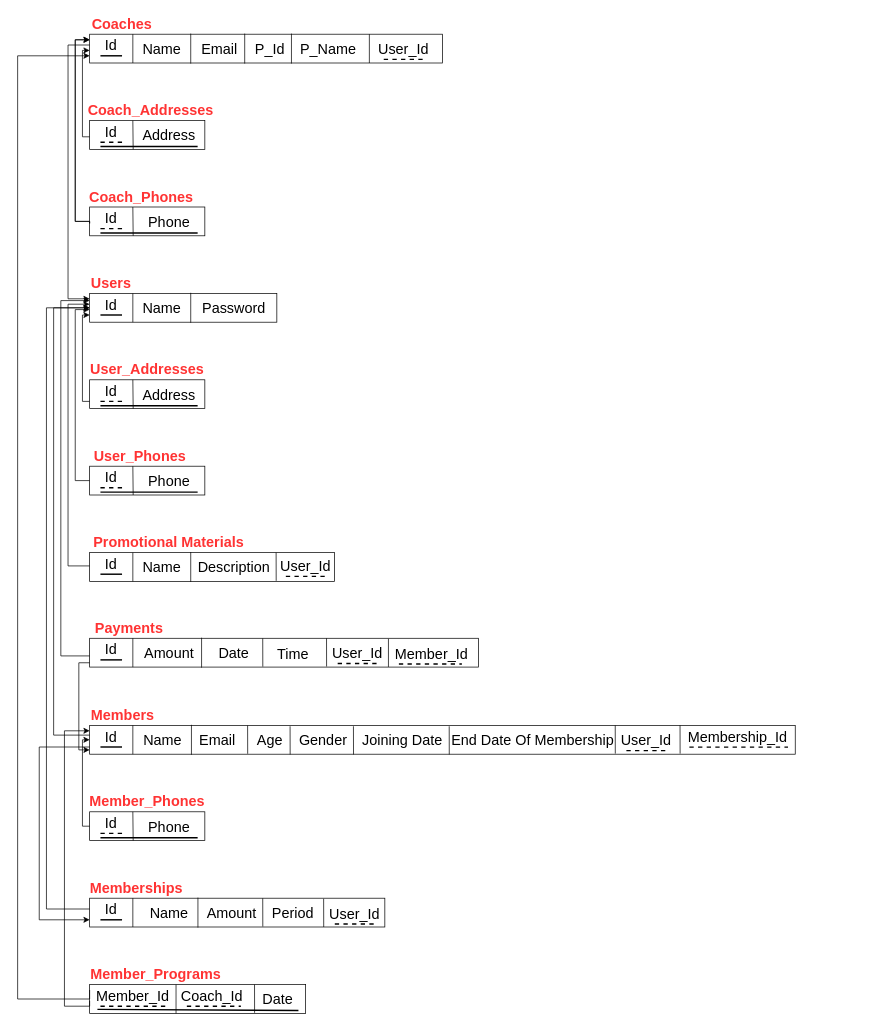
Earlier version of the draw.io diagram docs/Schema-Gym-Management-System.drawio (Saramohamed13/Gym-Management-System). Source tidied: cells renumbered, new cells numbered last; positions are measured from the earlier drawing's top-left corner, leaving out a move shared by most shapes. Both pictures are drawn from the tidied source at 72%, with x=0, y=0 at pixel (17, 12).
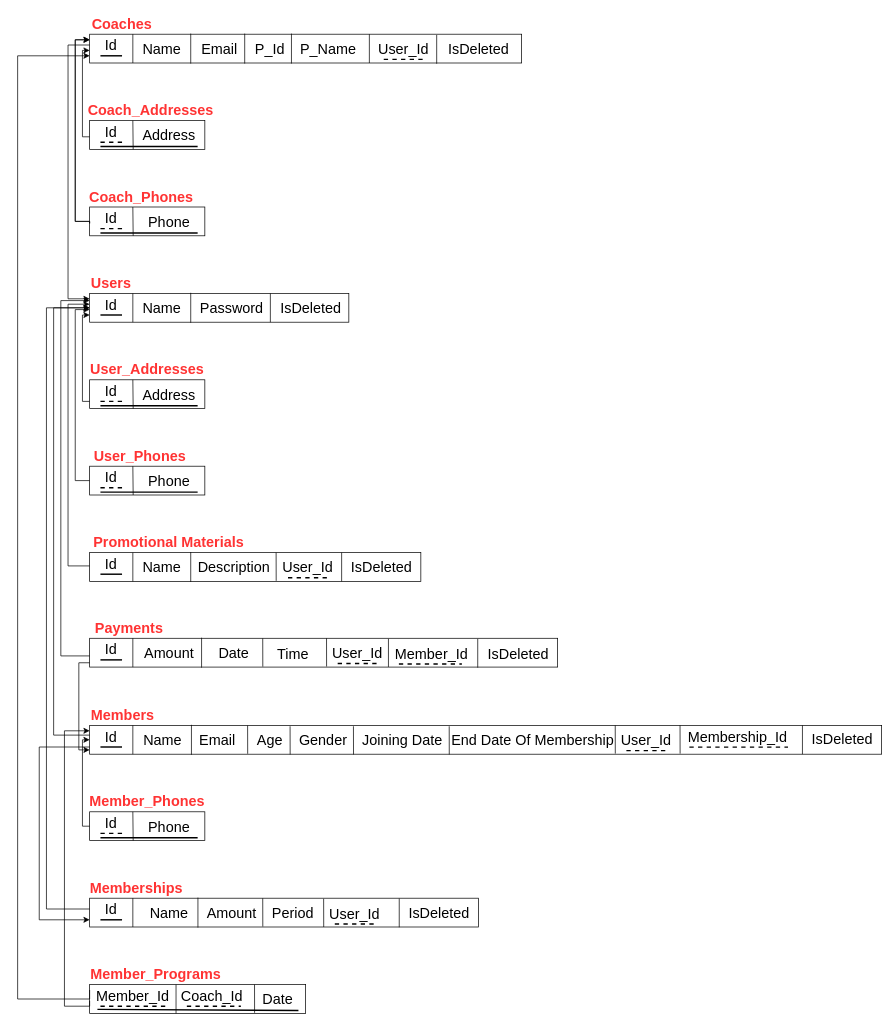
Above is the later version.

Commit message (it also covers changes not shown here):
Update ERD, Schema and database script

The edit, as a diff of the source:
```diff
@@
     <mxCell id="2" style="rounded=0;whiteSpace=wrap;html=1;" parent="1" vertex="1">
-      <mxGeometry x="100" y="30" width="490" height="40" as="geometry" />
+      <mxGeometry x="100" y="30" width="600" height="40" as="geometry" />
     </mxCell>
@@
     <mxCell id="34" style="rounded=0;whiteSpace=wrap;html=1;" parent="1" vertex="1">
-      <mxGeometry x="100" y="390" width="260" height="40" as="geometry" />
+      <mxGeometry x="100" y="390" width="360" height="40" as="geometry" />
     </mxCell>
@@
     <mxCell id="43" value="&lt;font style=&quot;font-size: 20px;&quot;&gt;Password&lt;/font&gt;" style="text;html=1;align=center;verticalAlign=middle;strokeColor=none;fillColor=none;" parent="1" vertex="1">
-      <mxGeometry x="245" y="390" width="110" height="40" as="geometry" />
+      <mxGeometry x="242" y="390" width="110" height="40" as="geometry" />
     </mxCell>
@@
     <mxCell id="59" style="rounded=0;whiteSpace=wrap;html=1;" parent="1" vertex="1">
-      <mxGeometry x="100" y="750" width="340" height="40" as="geometry" />
+      <mxGeometry x="100" y="750" width="460" height="40" as="geometry" />
     </mxCell>
@@
     <mxCell id="69" style="rounded=0;whiteSpace=wrap;html=1;" parent="1" vertex="1">
-      <mxGeometry x="100" y="869" width="540" height="40" as="geometry" />
+      <mxGeometry x="100" y="869" width="650" height="40" as="geometry" />
     </mxCell>
@@
     <mxCell id="81" style="rounded=0;whiteSpace=wrap;html=1;" parent="1" vertex="1">
-      <mxGeometry x="100" y="990" width="980" height="40" as="geometry" />
+      <mxGeometry x="100" y="990" width="1100" height="40" as="geometry" />
     </mxCell>
@@
     <mxCell id="107" style="rounded=0;whiteSpace=wrap;html=1;" parent="1" vertex="1">
-      <mxGeometry x="100" y="1230" width="410" height="40" as="geometry" />
+      <mxGeometry x="100" y="1230" width="540" height="40" as="geometry" />
     </mxCell>
@@
     <mxCell id="122" style="group;" parent="1" vertex="1">
-      <mxGeometry x="370" y="753" width="60" height="30" as="geometry" />
+      <mxGeometry x="373" y="755" width="60" height="30" as="geometry" />
     </mxCell>
@@
+    <mxCell id="176" style="endArrow=none;html=1;rounded=0;" parent="1" edge="1">
+      <mxGeometry relative="1" as="geometry">
+        <mxPoint x="582" y="71" as="sourcePoint" />
+        <mxPoint x="582" y="31" as="targetPoint" />
+      </mxGeometry>
+    </mxCell>
+    <mxCell id="177" value="&lt;font style=&quot;font-size: 20px;&quot;&gt;IsDeleted&lt;/font&gt;" style="text;html=1;align=center;verticalAlign=middle;strokeColor=none;fillColor=none;" parent="1" vertex="1">
+      <mxGeometry x="585" y="30" width="110" height="40" as="geometry" />
+    </mxCell>
+    <mxCell id="178" style="endArrow=none;html=1;rounded=0;" parent="1" edge="1">
+      <mxGeometry relative="1" as="geometry">
+        <mxPoint x="351" y="430" as="sourcePoint" />
+        <mxPoint x="351" y="390" as="targetPoint" />
+      </mxGeometry>
+    </mxCell>
+    <mxCell id="179" value="&lt;font style=&quot;font-size: 20px;&quot;&gt;IsDeleted&lt;/font&gt;" style="text;html=1;align=center;verticalAlign=middle;strokeColor=none;fillColor=none;" parent="1" vertex="1">
+      <mxGeometry x="352" y="390" width="110" height="40" as="geometry" />
+    </mxCell>
+    <mxCell id="180" value="&lt;font style=&quot;font-size: 20px;&quot;&gt;IsDeleted&lt;/font&gt;" style="text;html=1;align=center;verticalAlign=middle;strokeColor=none;fillColor=none;" parent="1" vertex="1">
+      <mxGeometry x="450" y="750" width="110" height="40" as="geometry" />
+    </mxCell>
+    <mxCell id="181" style="endArrow=none;html=1;rounded=0;" parent="1" edge="1">
+      <mxGeometry relative="1" as="geometry">
+        <mxPoint x="450" y="790" as="sourcePoint" />
+        <mxPoint x="450" y="750" as="targetPoint" />
+      </mxGeometry>
+    </mxCell>
+    <mxCell id="182" value="&lt;font style=&quot;font-size: 20px;&quot;&gt;IsDeleted&lt;/font&gt;" style="text;html=1;align=center;verticalAlign=middle;strokeColor=none;fillColor=none;" parent="1" vertex="1">
+      <mxGeometry x="640" y="869.8" width="110" height="40" as="geometry" />
+    </mxCell>
+    <mxCell id="183" style="endArrow=none;html=1;rounded=0;" parent="1" edge="1">
+      <mxGeometry relative="1" as="geometry">
+        <mxPoint x="639" y="909.8" as="sourcePoint" />
+        <mxPoint x="639" y="869.8" as="targetPoint" />
+      </mxGeometry>
+    </mxCell>
+    <mxCell id="184" value="&lt;font style=&quot;font-size: 20px;&quot;&gt;IsDeleted&lt;/font&gt;" style="text;html=1;align=center;verticalAlign=middle;strokeColor=none;fillColor=none;" parent="1" vertex="1">
+      <mxGeometry x="1090" y="989.2" width="110" height="40" as="geometry" />
+    </mxCell>
+    <mxCell id="185" style="endArrow=none;html=1;rounded=0;" parent="1" edge="1">
+      <mxGeometry relative="1" as="geometry">
+        <mxPoint x="1090" y="1030" as="sourcePoint" />
+        <mxPoint x="1090" y="990" as="targetPoint" />
+      </mxGeometry>
+    </mxCell>
+    <mxCell id="186" value="&lt;font style=&quot;font-size: 20px;&quot;&gt;IsDeleted&lt;/font&gt;" style="text;html=1;align=center;verticalAlign=middle;strokeColor=none;fillColor=none;" parent="1" vertex="1">
+      <mxGeometry x="530" y="1230" width="110" height="40" as="geometry" />
+    </mxCell>
+    <mxCell id="187" style="endArrow=none;html=1;rounded=0;" parent="1" edge="1">
+      <mxGeometry relative="1" as="geometry">
+        <mxPoint x="530" y="1270.4" as="sourcePoint" />
+        <mxPoint x="530" y="1230.4" as="targetPoint" />
+      </mxGeometry>
+    </mxCell>
```
